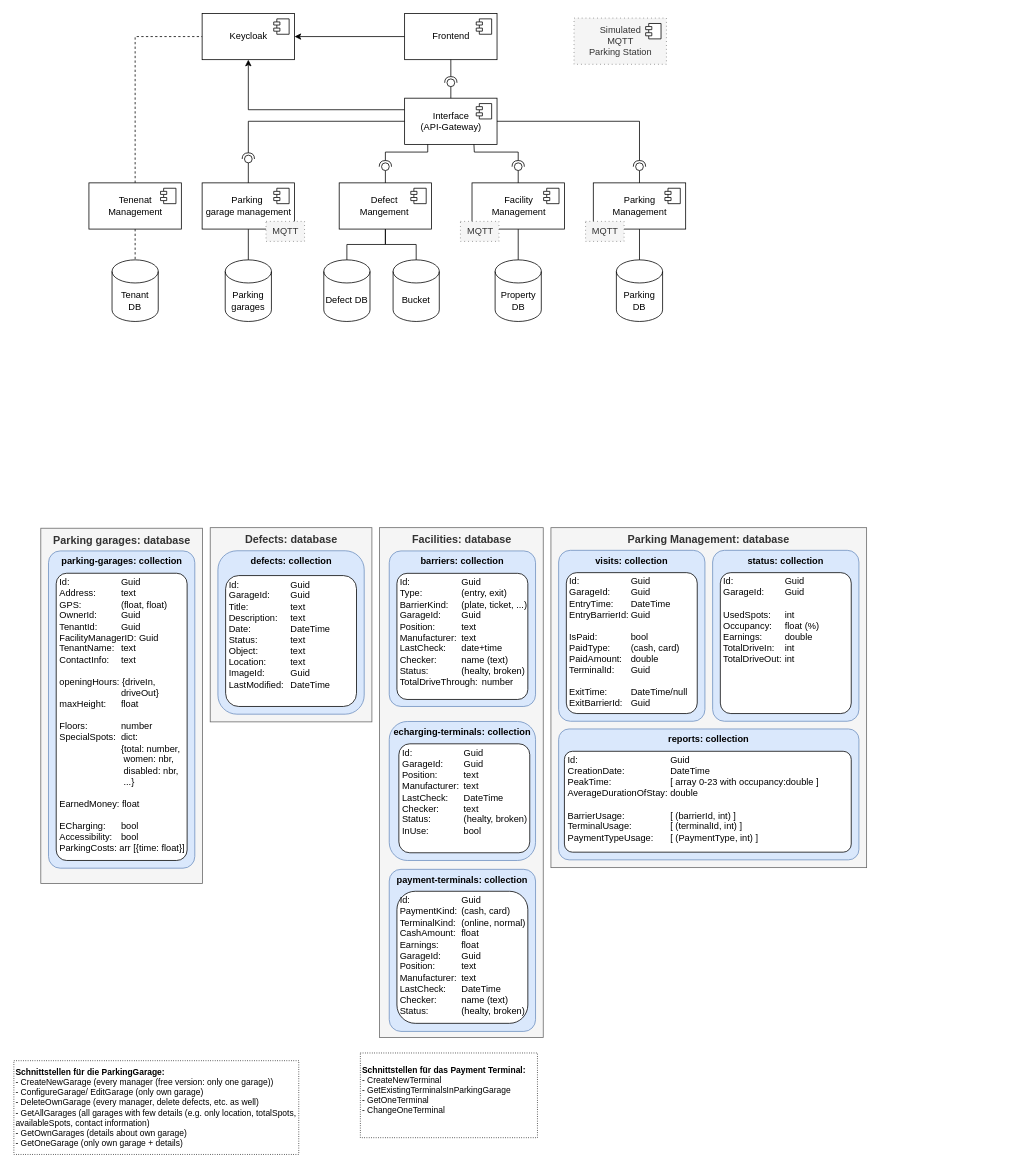
This is page "Architektur" (4 of 8) of parking_management.drawio from msi-cad-vw/.github, a draw.io file, before an edit. Source tidied: cells renumbered, new cells numbered last; positions are measured from the earlier drawing's top-left corner, leaving out a move shared by most shapes. Both pictures are drawn from the tidied source at 77%, with x=0, y=0 at pixel (13, 13).
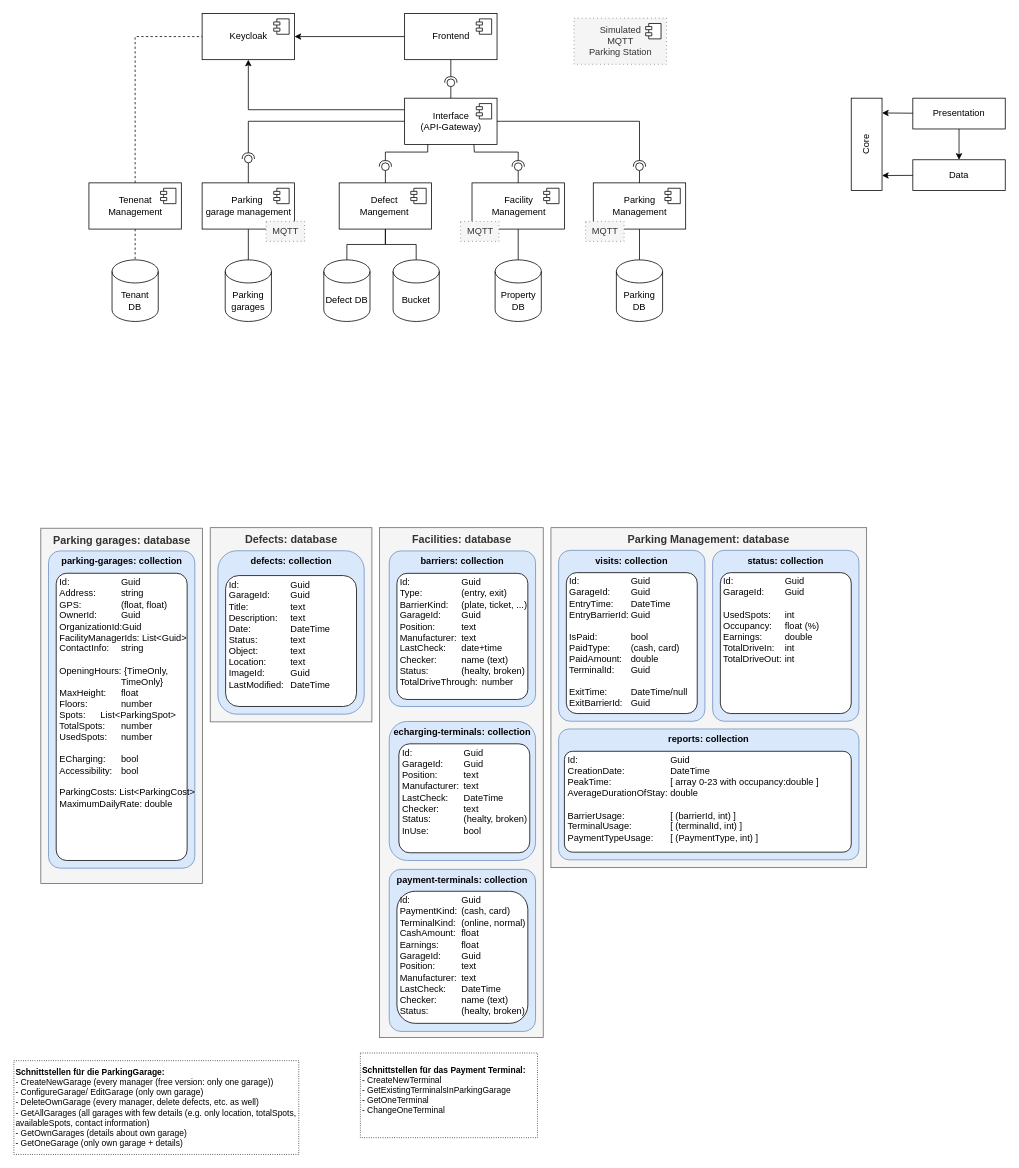
Above is the later version.

Diff of the diagram source:
```diff
@@
-    <mxCell id="56" value="&lt;div style=&quot;text-align: center;&quot;&gt;&lt;/div&gt;Id:&#9;&lt;span style=&quot;white-space: pre;&quot;&gt;&#9;&lt;/span&gt;&lt;span style=&quot;white-space: pre;&quot;&gt;&#9;&lt;/span&gt;&lt;span style=&quot;white-space: pre;&quot;&gt;&#9;&lt;/span&gt;Guid&lt;br&gt;Address:&lt;span style=&quot;white-space: pre;&quot;&gt;&#9;&lt;/span&gt;&lt;span style=&quot;white-space: pre;&quot;&gt;&#9;&lt;/span&gt;text&lt;br&gt;GPS:&#9;&lt;span style=&quot;white-space: pre;&quot;&gt;&#9;&lt;/span&gt;&lt;span style=&quot;white-space: pre;&quot;&gt;&#9;&lt;/span&gt;(float, float)&lt;br&gt;OwnerId:&lt;span style=&quot;white-space: pre;&quot;&gt;&#9;&lt;/span&gt;&lt;span style=&quot;white-space: pre;&quot;&gt;&#9;&lt;/span&gt;Guid&lt;br&gt;TenantId:&#9;&lt;span style=&quot;white-space: pre;&quot;&gt;&#9;&lt;/span&gt;Guid&lt;br&gt;FacilityManagerID: Guid&lt;br&gt;TenantName:&amp;nbsp;&lt;span style=&quot;white-space: pre;&quot;&gt;&#9;&lt;/span&gt;text&lt;br&gt;ContactInfo:&#9;&lt;span style=&quot;white-space: pre;&quot;&gt;&#9;&lt;/span&gt;text&lt;br&gt;&lt;br&gt;openingHours: {driveIn,&lt;br&gt;&lt;span style=&quot;white-space: pre;&quot;&gt;&#9;&lt;/span&gt;&lt;span style=&quot;white-space: pre;&quot;&gt;&#9;&lt;/span&gt;&lt;span style=&quot;white-space: pre;&quot;&gt;&#9;&lt;/span&gt;driveOut}&lt;br&gt;maxHeight:&amp;nbsp;&lt;span style=&quot;white-space: pre;&quot;&gt;&#9;&lt;/span&gt;float&lt;br&gt;&lt;br&gt;Floors:&#9;&lt;span style=&quot;white-space: pre;&quot;&gt;&#9;&lt;/span&gt;&lt;span style=&quot;white-space: pre;&quot;&gt;&#9;&lt;/span&gt;number&lt;br&gt;SpecialSpots:&#9;&lt;span style=&quot;white-space: pre;&quot;&gt;&#9;&lt;/span&gt;dict: &lt;br&gt;&#9;&#9;&#9;&lt;span style=&quot;white-space: pre;&quot;&gt;&#9;&lt;/span&gt;&lt;span style=&quot;white-space: pre;&quot;&gt;&#9;&lt;/span&gt;&lt;span style=&quot;white-space: pre;&quot;&gt;&#9;&lt;/span&gt;{total: number,&lt;br&gt;&lt;span style=&quot;white-space: pre;&quot;&gt;&#9;&lt;/span&gt;&lt;span style=&quot;white-space: pre;&quot;&gt;&#9;&lt;/span&gt;&lt;span style=&quot;white-space: pre;&quot;&gt;&#9;&lt;/span&gt;&amp;nbsp;women: nbr,&lt;br&gt;&#9;&#9;&#9;&lt;span style=&quot;white-space: pre;&quot;&gt;&#9;&lt;/span&gt;&lt;span style=&quot;white-space: pre;&quot;&gt;&#9;&lt;/span&gt;&lt;span style=&quot;white-space: pre;&quot;&gt;&#9;&lt;/span&gt;&amp;nbsp;disabled: nbr,&lt;br&gt;&#9;&#9;&#9;&lt;span style=&quot;white-space: pre;&quot;&gt;&#9;&lt;/span&gt;&lt;span style=&quot;white-space: pre;&quot;&gt;&#9;&lt;/span&gt;&lt;span style=&quot;white-space: pre;&quot;&gt;&#9;&lt;/span&gt;&amp;nbsp;...}&lt;br&gt;&lt;br&gt;EarnedMoney: float&lt;br&gt;&lt;br&gt;ECharging:&amp;nbsp;&#9;&lt;span style=&quot;white-space: pre;&quot;&gt;&#9;&lt;/span&gt;bool&lt;br&gt;Accessibility:&#9;&lt;span style=&quot;white-space: pre;&quot;&gt;&#9;&lt;/span&gt;bool&lt;br&gt;ParkingCosts:&#9;arr [{time: float}]" style="rounded=1;whiteSpace=wrap;html=1;verticalAlign=top;align=left;spacingLeft=4;spacing=0;spacingTop=0;arcSize=8;" parent="1" vertex="1">
+    <mxCell id="56" value="&lt;div style=&quot;text-align: center;&quot;&gt;&lt;/div&gt;Id:&#9;&lt;span style=&quot;white-space: pre;&quot;&gt;&#9;&lt;/span&gt;&lt;span style=&quot;white-space: pre;&quot;&gt;&#9;&lt;/span&gt;&lt;span style=&quot;white-space: pre;&quot;&gt;&#9;&lt;/span&gt;Guid&lt;br&gt;Address:&lt;span style=&quot;white-space: pre;&quot;&gt;&#9;&lt;/span&gt;&lt;span style=&quot;white-space: pre;&quot;&gt;&#9;&lt;/span&gt;string&lt;br&gt;GPS:&#9;&lt;span style=&quot;white-space: pre;&quot;&gt;&#9;&lt;/span&gt;&lt;span style=&quot;white-space: pre;&quot;&gt;&#9;&lt;/span&gt;(float, float)&lt;br&gt;OwnerId:&lt;span style=&quot;white-space: pre;&quot;&gt;&#9;&lt;/span&gt;&lt;span style=&quot;white-space: pre;&quot;&gt;&#9;&lt;/span&gt;Guid&lt;br&gt;OrganizationId:Guid&lt;br&gt;FacilityManagerIds: List&amp;lt;Guid&amp;gt;&lt;br&gt;ContactInfo:&#9;&lt;span style=&quot;white-space: pre;&quot;&gt;&#9;&lt;/span&gt;string&lt;br&gt;&lt;br&gt;OpeningHours: {TimeOnly, &lt;span style=&quot;white-space: pre;&quot;&gt;&#9;&lt;/span&gt;&lt;span style=&quot;white-space: pre;&quot;&gt;&#9;&lt;/span&gt;&lt;span style=&quot;white-space: pre;&quot;&gt;&#9;&lt;/span&gt;TimeOnly}&lt;br&gt;MaxHeight:&amp;nbsp;&lt;span style=&quot;white-space: pre;&quot;&gt;&#9;&lt;/span&gt;float&lt;br&gt;Floors:&#9;&lt;span style=&quot;white-space: pre;&quot;&gt;&#9;&lt;/span&gt;&lt;span style=&quot;white-space: pre;&quot;&gt;&#9;&lt;/span&gt;number&lt;br&gt;Spots:&#9;&lt;span style=&quot;white-space: pre;&quot;&gt;&#9;&lt;/span&gt;List&amp;lt;ParkingSpot&amp;gt;&lt;br&gt;TotalSpots:&lt;span style=&quot;white-space: pre;&quot;&gt;&#9;&lt;/span&gt;number&lt;div&gt;UsedSpots:&lt;span style=&quot;white-space: pre;&quot;&gt;&#9;&lt;/span&gt;number&lt;/div&gt;&lt;div&gt;&lt;br&gt;ECharging:&amp;nbsp;&#9;&lt;span style=&quot;white-space: pre;&quot;&gt;&#9;&lt;/span&gt;bool&lt;br&gt;Accessibility:&#9;&lt;span style=&quot;white-space: pre;&quot;&gt;&#9;&lt;/span&gt;bool&lt;br&gt;&lt;br&gt;&lt;/div&gt;&lt;div&gt;ParkingCosts:&#9;List&amp;lt;ParkingCost&amp;gt;&lt;/div&gt;&lt;div&gt;MaximumDailyRate: double&lt;/div&gt;" style="rounded=1;whiteSpace=wrap;html=1;verticalAlign=top;align=left;spacingLeft=4;spacing=0;spacingTop=0;arcSize=8;" parent="1" vertex="1">
       <mxGeometry x="55.5" y="727" width="170" height="373" as="geometry" />
     </mxCell>
@@
+    <mxCell id="75" value="Presentation" style="rounded=0;whiteSpace=wrap;html=1;" parent="1" vertex="1">
+      <mxGeometry x="1168" y="110" width="120" height="40" as="geometry" />
+    </mxCell>
+    <mxCell id="76" value="Data" style="rounded=0;whiteSpace=wrap;html=1;" parent="1" vertex="1">
+      <mxGeometry x="1168" y="190" width="120" height="40" as="geometry" />
+    </mxCell>
+    <mxCell id="77" value="Core" style="rounded=0;whiteSpace=wrap;html=1;rotation=-90;" parent="1" vertex="1">
+      <mxGeometry x="1048" y="150" width="120" height="40" as="geometry" />
+    </mxCell>
+    <mxCell id="78" style="endArrow=none;startArrow=classic;html=1;rounded=0;startFill=1;" parent="1" edge="1" source="76" target="75">
+      <mxGeometry relative="1" as="geometry" />
+    </mxCell>
+    <mxCell id="79" style="endArrow=none;startArrow=classic;html=1;rounded=0;exitX=0.84;exitY=1;exitDx=0;exitDy=0;exitPerimeter=0;startFill=1;" parent="1" edge="1" source="77" target="75">
+      <mxGeometry relative="1" as="geometry" />
+    </mxCell>
+    <mxCell id="80" style="endArrow=none;startArrow=classic;html=1;rounded=0;exitX=0.163;exitY=1;exitDx=0;exitDy=0;exitPerimeter=0;startFill=1;" parent="1" edge="1" source="77" target="76">
+      <mxGeometry relative="1" as="geometry" />
+    </mxCell>
```
